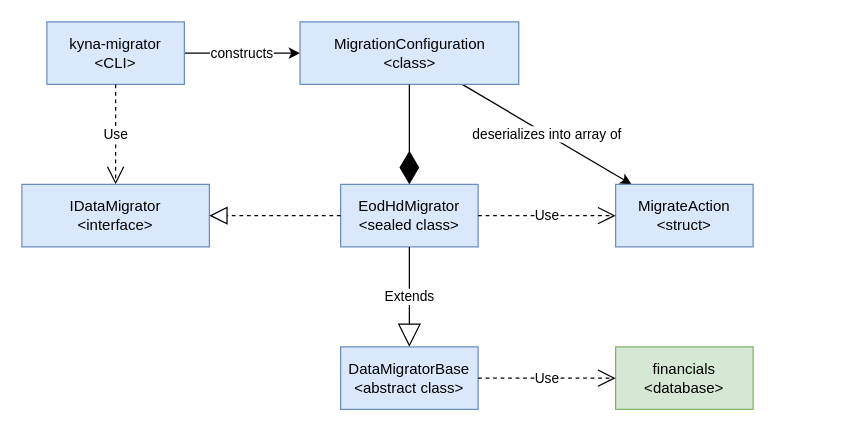
Earlier version of the draw.io diagram page "Data Migration 2" (6 of 7) of docs/drawio/Kyna.drawio (vicsharp-shibusa/kyna). Source tidied: cells renumbered, new cells numbered last; positions are measured from the earlier drawing's top-left corner, leaving out a move shared by most shapes. Both pictures are drawn from the tidied source at 125%, with x=0, y=0 at pixel (21, 21).
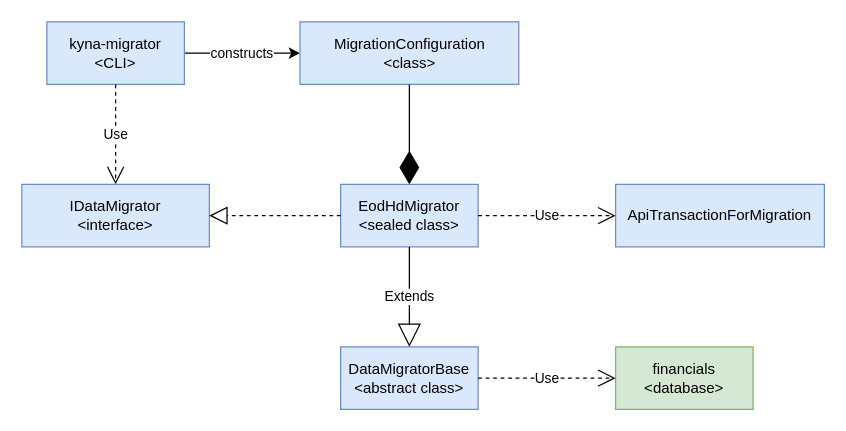
The same diagram, later.

The edit, as a diff of the source:
```diff
@@
 <mxGraphModel>
   <root>
     <mxCell id="0" />
     <mxCell id="1" parent="0" />
     <mxCell id="2" value="EodHdMigrator&lt;br&gt;&amp;lt;sealed class&amp;gt;" style="html=1;whiteSpace=wrap;fillColor=#dae8fc;strokeColor=#6c8ebf;" parent="1" vertex="1">
       <mxGeometry x="255" y="130" width="110" height="50" as="geometry" />
     </mxCell>
     <mxCell id="3" value="constructs" style="edgeStyle=none;rounded=0;jettySize=auto;html=1;" parent="1" edge="1" source="4" target="7">
       <mxGeometry relative="1" as="geometry" />
     </mxCell>
     <mxCell id="4" value="kyna-migrator&lt;br style=&quot;border-color: var(--border-color);&quot;&gt;&amp;lt;CLI&amp;gt;" style="html=1;whiteSpace=wrap;fillColor=#dae8fc;strokeColor=#6c8ebf;" parent="1" vertex="1">
       <mxGeometry x="20" width="110" height="50" as="geometry" />
     </mxCell>
     <mxCell id="5" value="Use" style="endArrow=open;endSize=12;dashed=1;html=1;rounded=0;" parent="1" edge="1" source="4" target="13">
       <mxGeometry relative="1" as="geometry" />
     </mxCell>
-    <mxCell id="6" value="deserializes into array of" style="edgeStyle=none;rounded=0;jettySize=auto;html=1;" parent="1" edge="1" source="7" target="11">
-      <mxGeometry relative="1" as="geometry" />
-    </mxCell>
     <mxCell id="7" value="MigrationConfiguration&lt;br style=&quot;border-color: var(--border-color);&quot;&gt;&amp;lt;class&amp;gt;" style="html=1;whiteSpace=wrap;fillColor=#dae8fc;strokeColor=#6c8ebf;" parent="1" vertex="1">
       <mxGeometry x="222.5" width="175" height="50" as="geometry" />
     </mxCell>
     <mxCell id="8" style="endArrow=diamondThin;endFill=1;endSize=24;html=1;rounded=0;" parent="1" edge="1" source="7" target="2">
       <mxGeometry relative="1" as="geometry" />
     </mxCell>
     <mxCell id="9" value="DataMigratorBase&lt;br&gt;&amp;lt;abstract class&amp;gt;" style="html=1;whiteSpace=wrap;fillColor=#dae8fc;strokeColor=#6c8ebf;" parent="1" vertex="1">
       <mxGeometry x="255" y="260" width="110" height="50" as="geometry" />
     </mxCell>
     <mxCell id="10" value="Extends" style="endArrow=block;endSize=16;endFill=0;html=1;rounded=0;" parent="1" edge="1" source="2" target="9">
       <mxGeometry relative="1" as="geometry" />
     </mxCell>
-    <mxCell id="11" value="MigrateAction&lt;br&gt;&amp;lt;struct&amp;gt;" style="html=1;whiteSpace=wrap;fillColor=#dae8fc;strokeColor=#6c8ebf;" parent="1" vertex="1">
-      <mxGeometry x="475" y="130" width="110" height="50" as="geometry" />
+    <mxCell id="11" value="ApiTransactionForMigration" style="html=1;whiteSpace=wrap;fillColor=#dae8fc;strokeColor=#6c8ebf;" parent="1" vertex="1">
+      <mxGeometry x="475" y="130" width="167" height="50" as="geometry" />
     </mxCell>
     <mxCell id="12" value="Use" style="endArrow=open;endSize=12;dashed=1;html=1;rounded=0;" parent="1" edge="1" source="2" target="11">
       <mxGeometry relative="1" as="geometry" />
     </mxCell>
     <mxCell id="13" value="IDataMigrator&lt;br&gt;&amp;lt;interface&amp;gt;" style="html=1;whiteSpace=wrap;fillColor=#dae8fc;strokeColor=#6c8ebf;" parent="1" vertex="1">
       <mxGeometry y="130" width="150" height="50" as="geometry" />
     </mxCell>
     <mxCell id="14" style="endArrow=block;dashed=1;endFill=0;endSize=12;html=1;rounded=0;" parent="1" edge="1" source="2" target="13">
       <mxGeometry relative="1" as="geometry" />
     </mxCell>
     <mxCell id="15" value="financials&lt;br&gt;&amp;lt;database&amp;gt;" style="html=1;whiteSpace=wrap;fillColor=#d5e8d4;strokeColor=#82b366;" parent="1" vertex="1">
       <mxGeometry x="475" y="260" width="110" height="50" as="geometry" />
     </mxCell>
     <mxCell id="16" value="Use" style="endArrow=open;endSize=12;dashed=1;html=1;rounded=0;" parent="1" edge="1" source="9" target="15">
       <mxGeometry relative="1" as="geometry" />
     </mxCell>
   </root>
 </mxGraphModel>
```
